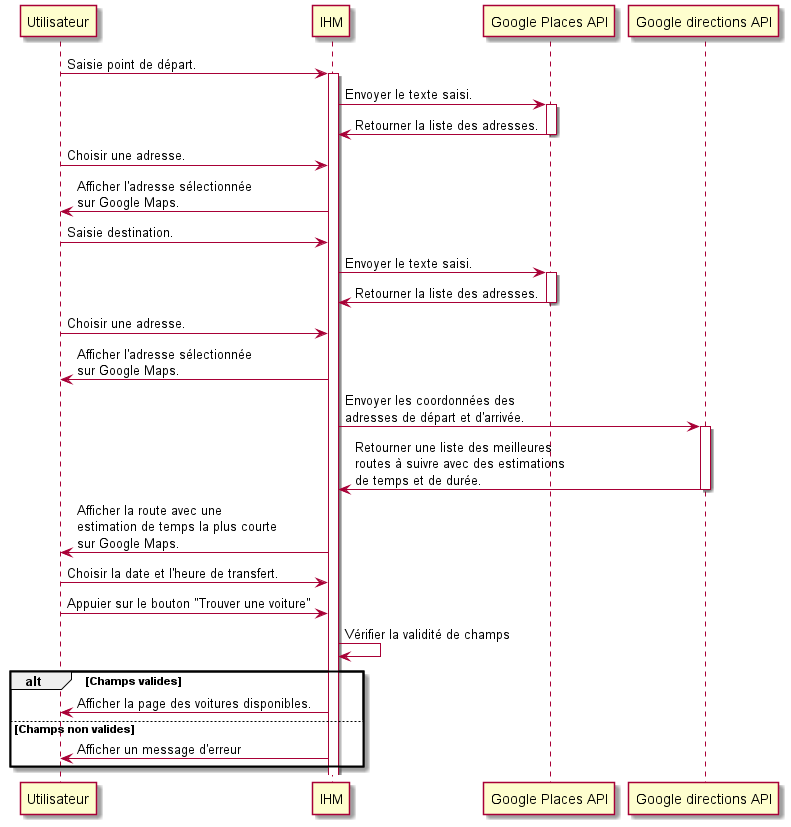
This is images/uml/transfert.png from AlaaAbdelbaki/rapportPFE, a PlantUML export, as it was before one commit.
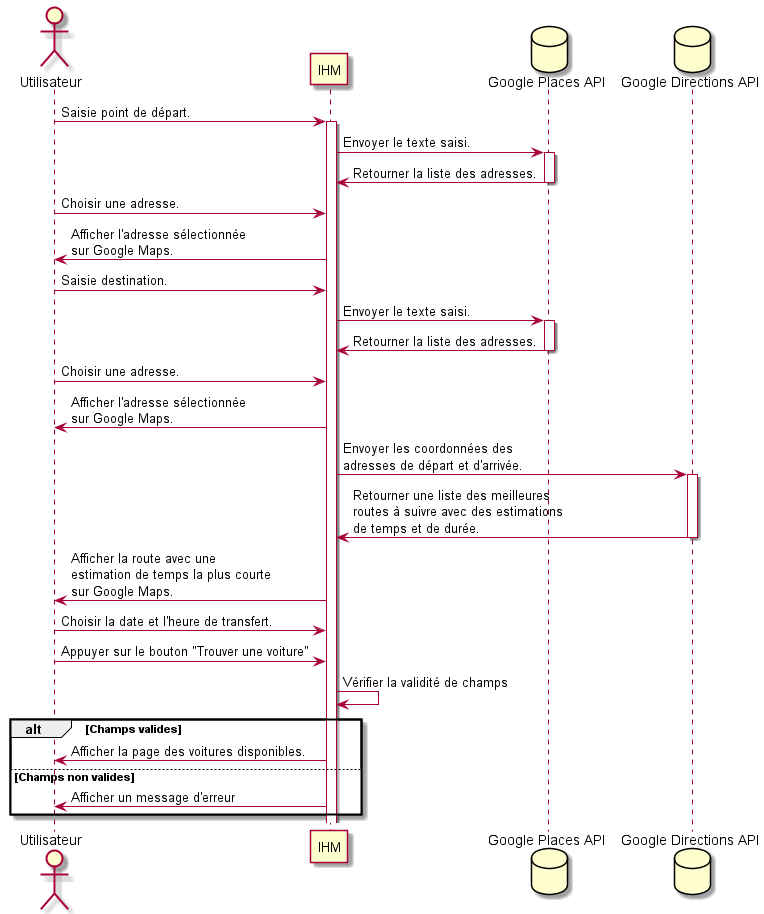
Later version of the same file.

What changed in the source:
```diff
@@ -1,19 +1,26 @@
 @startuml transfer
+
+actor Utilisateur as Utilisateur
+participant IHM as IHM
+database "Google Places API" as places
+database "Google Directions API" as directions
+
+
 Utilisateur -> IHM ++: Saisie point de départ.
-IHM -> "Google Places API" ++: Envoyer le texte saisi.
-"Google Places API" -> IHM --: Retourner la liste des adresses.
+IHM -> places ++: Envoyer le texte saisi.
+places -> IHM --: Retourner la liste des adresses.
 Utilisateur -> IHM : Choisir une adresse.
 IHM -> Utilisateur : Afficher l'adresse sélectionnée \nsur Google Maps.
 Utilisateur -> IHM: Saisie destination.
-IHM -> "Google Places API" ++: Envoyer le texte saisi.
-"Google Places API" -> IHM --: Retourner la liste des adresses.
+IHM -> places ++: Envoyer le texte saisi.
+places -> IHM --: Retourner la liste des adresses.
 Utilisateur -> IHM : Choisir une adresse.
 IHM -> Utilisateur : Afficher l'adresse sélectionnée \nsur Google Maps.
-IHM -> "Google directions API" ++: Envoyer les coordonnées des \nadresses de départ et d'arrivée.
-"Google directions API"->IHM --: Retourner une liste des meilleures \nroutes à suivre avec des estimations \nde temps et de durée.
+IHM -> directions ++: Envoyer les coordonnées des \nadresses de départ et d'arrivée.
+directions->IHM --: Retourner une liste des meilleures \nroutes à suivre avec des estimations \nde temps et de durée.
 IHM -> Utilisateur : Afficher la route avec une \nestimation de temps la plus courte \nsur Google Maps.
 Utilisateur -> IHM : Choisir la date et l'heure de transfert.
-Utilisateur -> IHM : Appuier sur le bouton "Trouver une voiture"
+Utilisateur -> IHM : Appuyer sur le bouton "Trouver une voiture"
 IHM -> IHM : Vérifier la validité de champs
 alt Champs valides
 IHM -> Utilisateur : Afficher la page des voitures disponibles.
```
